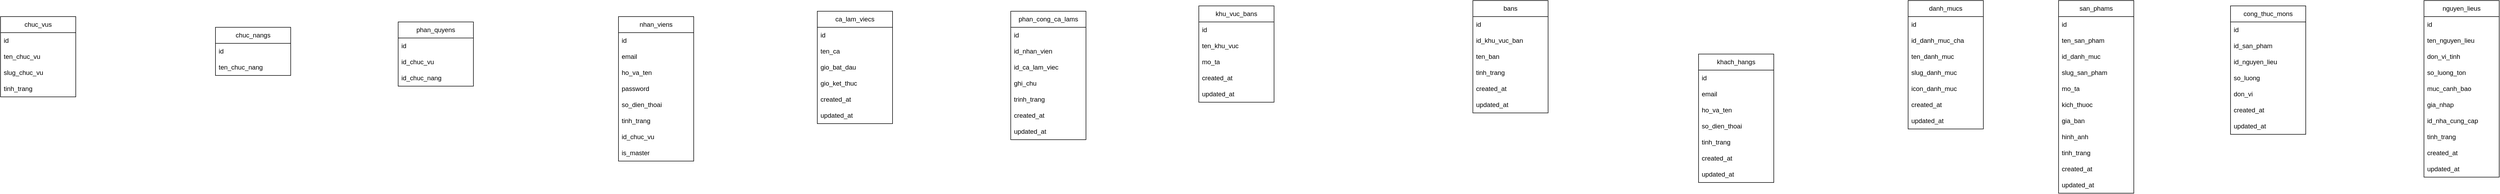
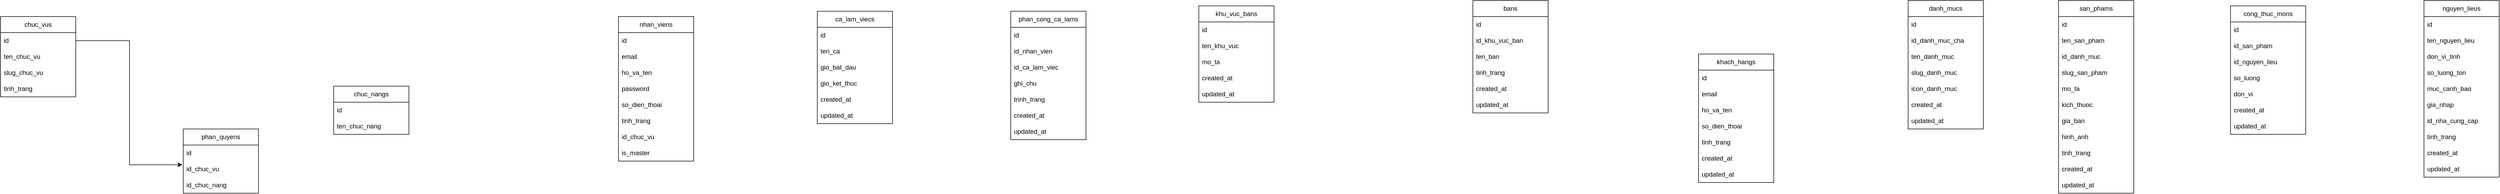
<mxfile host="app.diagrams.net">
  <diagram name="Page-1" id="78QUDde3ILmcNMK2hGyn">
-     <mxGraphModel dx="1840" dy="1637" grid="1" gridSize="10" guides="1" tooltips="1" connect="1" arrows="1" fold="1" page="1" pageScale="1" pageWidth="850" pageHeight="1100" math="0" shadow="0">
+     <mxGraphModel dx="2336" dy="1906" grid="1" gridSize="10" guides="1" tooltips="1" connect="1" arrows="1" fold="1" page="1" pageScale="1" pageWidth="850" pageHeight="1100" math="0" shadow="0">
      <root>
        <mxCell id="0" />
        <mxCell id="1" parent="0" />
        <mxCell id="1bbKcoBMxcC-bXyi0BTe-1" parent="1" style="swimlane;fontStyle=0;childLayout=stackLayout;horizontal=1;startSize=30;horizontalStack=0;resizeParent=1;resizeParentMax=0;resizeLast=0;collapsible=1;marginBottom=0;whiteSpace=wrap;html=1;" value="chuc_vus" vertex="1">
          <mxGeometry height="150" width="140" x="-280" y="-110" as="geometry" />
        </mxCell>
        <mxCell id="1bbKcoBMxcC-bXyi0BTe-2" parent="1bbKcoBMxcC-bXyi0BTe-1" style="text;strokeColor=none;fillColor=none;align=left;verticalAlign=middle;spacingLeft=4;spacingRight=4;overflow=hidden;points=[[0,0.5],[1,0.5]];portConstraint=eastwest;rotatable=0;whiteSpace=wrap;html=1;" value="id" vertex="1">
          <mxGeometry height="30" width="140" y="30" as="geometry" />
        </mxCell>
        <mxCell id="1bbKcoBMxcC-bXyi0BTe-3" parent="1bbKcoBMxcC-bXyi0BTe-1" style="text;strokeColor=none;fillColor=none;align=left;verticalAlign=middle;spacingLeft=4;spacingRight=4;overflow=hidden;points=[[0,0.5],[1,0.5]];portConstraint=eastwest;rotatable=0;whiteSpace=wrap;html=1;" value="ten_chuc_vu" vertex="1">
          <mxGeometry height="30" width="140" y="60" as="geometry" />
        </mxCell>
        <mxCell id="1bbKcoBMxcC-bXyi0BTe-4" parent="1bbKcoBMxcC-bXyi0BTe-1" style="text;strokeColor=none;fillColor=none;align=left;verticalAlign=middle;spacingLeft=4;spacingRight=4;overflow=hidden;points=[[0,0.5],[1,0.5]];portConstraint=eastwest;rotatable=0;whiteSpace=wrap;html=1;" value="slug_chuc_vu" vertex="1">
          <mxGeometry height="30" width="140" y="90" as="geometry" />
        </mxCell>
        <mxCell id="1bbKcoBMxcC-bXyi0BTe-5" parent="1bbKcoBMxcC-bXyi0BTe-1" style="text;strokeColor=none;fillColor=none;align=left;verticalAlign=middle;spacingLeft=4;spacingRight=4;overflow=hidden;points=[[0,0.5],[1,0.5]];portConstraint=eastwest;rotatable=0;whiteSpace=wrap;html=1;" value="tinh_trang" vertex="1">
          <mxGeometry height="30" width="140" y="120" as="geometry" />
        </mxCell>
        <mxCell id="1bbKcoBMxcC-bXyi0BTe-7" parent="1" style="swimlane;fontStyle=0;childLayout=stackLayout;horizontal=1;startSize=30;horizontalStack=0;resizeParent=1;resizeParentMax=0;resizeLast=0;collapsible=1;marginBottom=0;whiteSpace=wrap;html=1;" value="chuc_nangs" vertex="1">
-           <mxGeometry height="90" width="140" x="120" y="-90" as="geometry" />
+           <mxGeometry height="90" width="140" x="340" y="20" as="geometry" />
        </mxCell>
        <mxCell id="1bbKcoBMxcC-bXyi0BTe-8" parent="1bbKcoBMxcC-bXyi0BTe-7" style="text;strokeColor=none;fillColor=none;align=left;verticalAlign=middle;spacingLeft=4;spacingRight=4;overflow=hidden;points=[[0,0.5],[1,0.5]];portConstraint=eastwest;rotatable=0;whiteSpace=wrap;html=1;" value="id" vertex="1">
          <mxGeometry height="30" width="140" y="30" as="geometry" />
        </mxCell>
        <mxCell id="1bbKcoBMxcC-bXyi0BTe-9" parent="1bbKcoBMxcC-bXyi0BTe-7" style="text;strokeColor=none;fillColor=none;align=left;verticalAlign=middle;spacingLeft=4;spacingRight=4;overflow=hidden;points=[[0,0.5],[1,0.5]];portConstraint=eastwest;rotatable=0;whiteSpace=wrap;html=1;" value="ten_chuc_nang" vertex="1">
          <mxGeometry height="30" width="140" y="60" as="geometry" />
        </mxCell>
        <mxCell id="1bbKcoBMxcC-bXyi0BTe-11" parent="1" style="swimlane;fontStyle=0;childLayout=stackLayout;horizontal=1;startSize=30;horizontalStack=0;resizeParent=1;resizeParentMax=0;resizeLast=0;collapsible=1;marginBottom=0;whiteSpace=wrap;html=1;" value="phan_quyens" vertex="1">
-           <mxGeometry height="120" width="140" x="460" y="-100" as="geometry" />
+           <mxGeometry height="120" width="140" x="60" y="100" as="geometry" />
        </mxCell>
        <mxCell id="1bbKcoBMxcC-bXyi0BTe-12" parent="1bbKcoBMxcC-bXyi0BTe-11" style="text;strokeColor=none;fillColor=none;align=left;verticalAlign=middle;spacingLeft=4;spacingRight=4;overflow=hidden;points=[[0,0.5],[1,0.5]];portConstraint=eastwest;rotatable=0;whiteSpace=wrap;html=1;" value="id" vertex="1">
          <mxGeometry height="30" width="140" y="30" as="geometry" />
        </mxCell>
        <mxCell id="1bbKcoBMxcC-bXyi0BTe-13" parent="1bbKcoBMxcC-bXyi0BTe-11" style="text;strokeColor=none;fillColor=none;align=left;verticalAlign=middle;spacingLeft=4;spacingRight=4;overflow=hidden;points=[[0,0.5],[1,0.5]];portConstraint=eastwest;rotatable=0;whiteSpace=wrap;html=1;" value="id_chuc_vu" vertex="1">
          <mxGeometry height="30" width="140" y="60" as="geometry" />
        </mxCell>
        <mxCell id="1bbKcoBMxcC-bXyi0BTe-14" parent="1bbKcoBMxcC-bXyi0BTe-11" style="text;strokeColor=none;fillColor=none;align=left;verticalAlign=middle;spacingLeft=4;spacingRight=4;overflow=hidden;points=[[0,0.5],[1,0.5]];portConstraint=eastwest;rotatable=0;whiteSpace=wrap;html=1;" value="id_chuc_nang" vertex="1">
          <mxGeometry height="30" width="140" y="90" as="geometry" />
        </mxCell>
        <mxCell id="1bbKcoBMxcC-bXyi0BTe-16" parent="1" style="swimlane;fontStyle=0;childLayout=stackLayout;horizontal=1;startSize=30;horizontalStack=0;resizeParent=1;resizeParentMax=0;resizeLast=0;collapsible=1;marginBottom=0;whiteSpace=wrap;html=1;" value="nhan_viens" vertex="1">
          <mxGeometry height="270" width="140" x="870" y="-110" as="geometry" />
        </mxCell>
        <mxCell id="1bbKcoBMxcC-bXyi0BTe-17" parent="1bbKcoBMxcC-bXyi0BTe-16" style="text;strokeColor=none;fillColor=none;align=left;verticalAlign=middle;spacingLeft=4;spacingRight=4;overflow=hidden;points=[[0,0.5],[1,0.5]];portConstraint=eastwest;rotatable=0;whiteSpace=wrap;html=1;" value="id" vertex="1">
          <mxGeometry height="30" width="140" y="30" as="geometry" />
        </mxCell>
        <mxCell id="1bbKcoBMxcC-bXyi0BTe-18" parent="1bbKcoBMxcC-bXyi0BTe-16" style="text;strokeColor=none;fillColor=none;align=left;verticalAlign=middle;spacingLeft=4;spacingRight=4;overflow=hidden;points=[[0,0.5],[1,0.5]];portConstraint=eastwest;rotatable=0;whiteSpace=wrap;html=1;" value="email" vertex="1">
          <mxGeometry height="30" width="140" y="60" as="geometry" />
        </mxCell>
        <mxCell id="1bbKcoBMxcC-bXyi0BTe-19" parent="1bbKcoBMxcC-bXyi0BTe-16" style="text;strokeColor=none;fillColor=none;align=left;verticalAlign=middle;spacingLeft=4;spacingRight=4;overflow=hidden;points=[[0,0.5],[1,0.5]];portConstraint=eastwest;rotatable=0;whiteSpace=wrap;html=1;" value="ho_va_ten" vertex="1">
          <mxGeometry height="30" width="140" y="90" as="geometry" />
        </mxCell>
        <mxCell id="RNDkmFGJGW4O4d-jsc1U-1" parent="1bbKcoBMxcC-bXyi0BTe-16" style="text;strokeColor=none;fillColor=none;align=left;verticalAlign=middle;spacingLeft=4;spacingRight=4;overflow=hidden;points=[[0,0.5],[1,0.5]];portConstraint=eastwest;rotatable=0;whiteSpace=wrap;html=1;" value="password" vertex="1">
          <mxGeometry height="30" width="140" y="120" as="geometry" />
        </mxCell>
        <mxCell id="RNDkmFGJGW4O4d-jsc1U-2" parent="1bbKcoBMxcC-bXyi0BTe-16" style="text;strokeColor=none;fillColor=none;align=left;verticalAlign=middle;spacingLeft=4;spacingRight=4;overflow=hidden;points=[[0,0.5],[1,0.5]];portConstraint=eastwest;rotatable=0;whiteSpace=wrap;html=1;" value="so_dien_thoai" vertex="1">
          <mxGeometry height="30" width="140" y="150" as="geometry" />
        </mxCell>
        <mxCell id="RNDkmFGJGW4O4d-jsc1U-3" parent="1bbKcoBMxcC-bXyi0BTe-16" style="text;strokeColor=none;fillColor=none;align=left;verticalAlign=middle;spacingLeft=4;spacingRight=4;overflow=hidden;points=[[0,0.5],[1,0.5]];portConstraint=eastwest;rotatable=0;whiteSpace=wrap;html=1;" value="tinh_trang" vertex="1">
          <mxGeometry height="30" width="140" y="180" as="geometry" />
        </mxCell>
        <mxCell id="RNDkmFGJGW4O4d-jsc1U-4" parent="1bbKcoBMxcC-bXyi0BTe-16" style="text;strokeColor=none;fillColor=none;align=left;verticalAlign=middle;spacingLeft=4;spacingRight=4;overflow=hidden;points=[[0,0.5],[1,0.5]];portConstraint=eastwest;rotatable=0;whiteSpace=wrap;html=1;" value="id_chuc_vu" vertex="1">
          <mxGeometry height="30" width="140" y="210" as="geometry" />
        </mxCell>
        <mxCell id="RNDkmFGJGW4O4d-jsc1U-5" parent="1bbKcoBMxcC-bXyi0BTe-16" style="text;strokeColor=none;fillColor=none;align=left;verticalAlign=middle;spacingLeft=4;spacingRight=4;overflow=hidden;points=[[0,0.5],[1,0.5]];portConstraint=eastwest;rotatable=0;whiteSpace=wrap;html=1;" value="is_master" vertex="1">
          <mxGeometry height="30" width="140" y="240" as="geometry" />
        </mxCell>
        <mxCell id="RNDkmFGJGW4O4d-jsc1U-6" parent="1" style="swimlane;fontStyle=0;childLayout=stackLayout;horizontal=1;startSize=30;horizontalStack=0;resizeParent=1;resizeParentMax=0;resizeLast=0;collapsible=1;marginBottom=0;whiteSpace=wrap;html=1;" value="ca_lam_viecs" vertex="1">
          <mxGeometry height="210" width="140" x="1240" y="-120" as="geometry" />
        </mxCell>
        <mxCell id="RNDkmFGJGW4O4d-jsc1U-7" parent="RNDkmFGJGW4O4d-jsc1U-6" style="text;strokeColor=none;fillColor=none;align=left;verticalAlign=middle;spacingLeft=4;spacingRight=4;overflow=hidden;points=[[0,0.5],[1,0.5]];portConstraint=eastwest;rotatable=0;whiteSpace=wrap;html=1;" value="id" vertex="1">
          <mxGeometry height="30" width="140" y="30" as="geometry" />
        </mxCell>
        <mxCell id="RNDkmFGJGW4O4d-jsc1U-8" parent="RNDkmFGJGW4O4d-jsc1U-6" style="text;strokeColor=none;fillColor=none;align=left;verticalAlign=middle;spacingLeft=4;spacingRight=4;overflow=hidden;points=[[0,0.5],[1,0.5]];portConstraint=eastwest;rotatable=0;whiteSpace=wrap;html=1;" value="ten_ca" vertex="1">
          <mxGeometry height="30" width="140" y="60" as="geometry" />
        </mxCell>
        <mxCell id="RNDkmFGJGW4O4d-jsc1U-9" parent="RNDkmFGJGW4O4d-jsc1U-6" style="text;strokeColor=none;fillColor=none;align=left;verticalAlign=middle;spacingLeft=4;spacingRight=4;overflow=hidden;points=[[0,0.5],[1,0.5]];portConstraint=eastwest;rotatable=0;whiteSpace=wrap;html=1;" value="gio_bat_dau" vertex="1">
          <mxGeometry height="30" width="140" y="90" as="geometry" />
        </mxCell>
        <mxCell id="RNDkmFGJGW4O4d-jsc1U-10" parent="RNDkmFGJGW4O4d-jsc1U-6" style="text;strokeColor=none;fillColor=none;align=left;verticalAlign=middle;spacingLeft=4;spacingRight=4;overflow=hidden;points=[[0,0.5],[1,0.5]];portConstraint=eastwest;rotatable=0;whiteSpace=wrap;html=1;" value="gio_ket_thuc" vertex="1">
          <mxGeometry height="30" width="140" y="120" as="geometry" />
        </mxCell>
        <mxCell id="RNDkmFGJGW4O4d-jsc1U-11" parent="RNDkmFGJGW4O4d-jsc1U-6" style="text;strokeColor=none;fillColor=none;align=left;verticalAlign=middle;spacingLeft=4;spacingRight=4;overflow=hidden;points=[[0,0.5],[1,0.5]];portConstraint=eastwest;rotatable=0;whiteSpace=wrap;html=1;" value="created_at" vertex="1">
          <mxGeometry height="30" width="140" y="150" as="geometry" />
        </mxCell>
        <mxCell id="RNDkmFGJGW4O4d-jsc1U-12" parent="RNDkmFGJGW4O4d-jsc1U-6" style="text;strokeColor=none;fillColor=none;align=left;verticalAlign=middle;spacingLeft=4;spacingRight=4;overflow=hidden;points=[[0,0.5],[1,0.5]];portConstraint=eastwest;rotatable=0;whiteSpace=wrap;html=1;" value="updated_at" vertex="1">
          <mxGeometry height="30" width="140" y="180" as="geometry" />
        </mxCell>
        <mxCell id="RNDkmFGJGW4O4d-jsc1U-13" parent="1" style="swimlane;fontStyle=0;childLayout=stackLayout;horizontal=1;startSize=30;horizontalStack=0;resizeParent=1;resizeParentMax=0;resizeLast=0;collapsible=1;marginBottom=0;whiteSpace=wrap;html=1;" value="phan_cong_ca_lams" vertex="1">
          <mxGeometry height="240" width="140" x="1600" y="-120" as="geometry" />
        </mxCell>
        <mxCell id="RNDkmFGJGW4O4d-jsc1U-14" parent="RNDkmFGJGW4O4d-jsc1U-13" style="text;strokeColor=none;fillColor=none;align=left;verticalAlign=middle;spacingLeft=4;spacingRight=4;overflow=hidden;points=[[0,0.5],[1,0.5]];portConstraint=eastwest;rotatable=0;whiteSpace=wrap;html=1;" value="id" vertex="1">
          <mxGeometry height="30" width="140" y="30" as="geometry" />
        </mxCell>
        <mxCell id="RNDkmFGJGW4O4d-jsc1U-15" parent="RNDkmFGJGW4O4d-jsc1U-13" style="text;strokeColor=none;fillColor=none;align=left;verticalAlign=middle;spacingLeft=4;spacingRight=4;overflow=hidden;points=[[0,0.5],[1,0.5]];portConstraint=eastwest;rotatable=0;whiteSpace=wrap;html=1;" value="id_nhan_vien" vertex="1">
          <mxGeometry height="30" width="140" y="60" as="geometry" />
        </mxCell>
        <mxCell id="RNDkmFGJGW4O4d-jsc1U-16" parent="RNDkmFGJGW4O4d-jsc1U-13" style="text;strokeColor=none;fillColor=none;align=left;verticalAlign=middle;spacingLeft=4;spacingRight=4;overflow=hidden;points=[[0,0.5],[1,0.5]];portConstraint=eastwest;rotatable=0;whiteSpace=wrap;html=1;" value="id_ca_lam_viec" vertex="1">
          <mxGeometry height="30" width="140" y="90" as="geometry" />
        </mxCell>
        <mxCell id="RNDkmFGJGW4O4d-jsc1U-17" parent="RNDkmFGJGW4O4d-jsc1U-13" style="text;strokeColor=none;fillColor=none;align=left;verticalAlign=middle;spacingLeft=4;spacingRight=4;overflow=hidden;points=[[0,0.5],[1,0.5]];portConstraint=eastwest;rotatable=0;whiteSpace=wrap;html=1;" value="ghi_chu" vertex="1">
          <mxGeometry height="30" width="140" y="120" as="geometry" />
        </mxCell>
        <mxCell id="RNDkmFGJGW4O4d-jsc1U-18" parent="RNDkmFGJGW4O4d-jsc1U-13" style="text;strokeColor=none;fillColor=none;align=left;verticalAlign=middle;spacingLeft=4;spacingRight=4;overflow=hidden;points=[[0,0.5],[1,0.5]];portConstraint=eastwest;rotatable=0;whiteSpace=wrap;html=1;" value="trinh_trang" vertex="1">
          <mxGeometry height="30" width="140" y="150" as="geometry" />
        </mxCell>
        <mxCell id="RNDkmFGJGW4O4d-jsc1U-19" parent="RNDkmFGJGW4O4d-jsc1U-13" style="text;strokeColor=none;fillColor=none;align=left;verticalAlign=middle;spacingLeft=4;spacingRight=4;overflow=hidden;points=[[0,0.5],[1,0.5]];portConstraint=eastwest;rotatable=0;whiteSpace=wrap;html=1;" value="created_at" vertex="1">
          <mxGeometry height="30" width="140" y="180" as="geometry" />
        </mxCell>
        <mxCell id="RNDkmFGJGW4O4d-jsc1U-20" parent="RNDkmFGJGW4O4d-jsc1U-13" style="text;strokeColor=none;fillColor=none;align=left;verticalAlign=middle;spacingLeft=4;spacingRight=4;overflow=hidden;points=[[0,0.5],[1,0.5]];portConstraint=eastwest;rotatable=0;whiteSpace=wrap;html=1;" value="updated_at" vertex="1">
          <mxGeometry height="30" width="140" y="210" as="geometry" />
        </mxCell>
        <mxCell id="RNDkmFGJGW4O4d-jsc1U-21" parent="1" style="swimlane;fontStyle=0;childLayout=stackLayout;horizontal=1;startSize=30;horizontalStack=0;resizeParent=1;resizeParentMax=0;resizeLast=0;collapsible=1;marginBottom=0;whiteSpace=wrap;html=1;" value="khu_vuc_bans" vertex="1">
          <mxGeometry height="180" width="140" x="1950" y="-130" as="geometry" />
        </mxCell>
        <mxCell id="RNDkmFGJGW4O4d-jsc1U-22" parent="RNDkmFGJGW4O4d-jsc1U-21" style="text;strokeColor=none;fillColor=none;align=left;verticalAlign=middle;spacingLeft=4;spacingRight=4;overflow=hidden;points=[[0,0.5],[1,0.5]];portConstraint=eastwest;rotatable=0;whiteSpace=wrap;html=1;" value="id" vertex="1">
          <mxGeometry height="30" width="140" y="30" as="geometry" />
        </mxCell>
        <mxCell id="RNDkmFGJGW4O4d-jsc1U-23" parent="RNDkmFGJGW4O4d-jsc1U-21" style="text;strokeColor=none;fillColor=none;align=left;verticalAlign=middle;spacingLeft=4;spacingRight=4;overflow=hidden;points=[[0,0.5],[1,0.5]];portConstraint=eastwest;rotatable=0;whiteSpace=wrap;html=1;" value="ten_khu_vuc" vertex="1">
          <mxGeometry height="30" width="140" y="60" as="geometry" />
        </mxCell>
        <mxCell id="RNDkmFGJGW4O4d-jsc1U-24" parent="RNDkmFGJGW4O4d-jsc1U-21" style="text;strokeColor=none;fillColor=none;align=left;verticalAlign=middle;spacingLeft=4;spacingRight=4;overflow=hidden;points=[[0,0.5],[1,0.5]];portConstraint=eastwest;rotatable=0;whiteSpace=wrap;html=1;" value="mo_ta" vertex="1">
          <mxGeometry height="30" width="140" y="90" as="geometry" />
        </mxCell>
        <mxCell id="RNDkmFGJGW4O4d-jsc1U-25" parent="RNDkmFGJGW4O4d-jsc1U-21" style="text;strokeColor=none;fillColor=none;align=left;verticalAlign=middle;spacingLeft=4;spacingRight=4;overflow=hidden;points=[[0,0.5],[1,0.5]];portConstraint=eastwest;rotatable=0;whiteSpace=wrap;html=1;" value="created_at" vertex="1">
          <mxGeometry height="30" width="140" y="120" as="geometry" />
        </mxCell>
        <mxCell id="RNDkmFGJGW4O4d-jsc1U-26" parent="RNDkmFGJGW4O4d-jsc1U-21" style="text;strokeColor=none;fillColor=none;align=left;verticalAlign=middle;spacingLeft=4;spacingRight=4;overflow=hidden;points=[[0,0.5],[1,0.5]];portConstraint=eastwest;rotatable=0;whiteSpace=wrap;html=1;" value="updated_at" vertex="1">
          <mxGeometry height="30" width="140" y="150" as="geometry" />
        </mxCell>
        <mxCell id="RNDkmFGJGW4O4d-jsc1U-27" parent="1" style="swimlane;fontStyle=0;childLayout=stackLayout;horizontal=1;startSize=30;horizontalStack=0;resizeParent=1;resizeParentMax=0;resizeLast=0;collapsible=1;marginBottom=0;whiteSpace=wrap;html=1;" value="bans" vertex="1">
          <mxGeometry height="210" width="140" x="2460" y="-140" as="geometry" />
        </mxCell>
        <mxCell id="RNDkmFGJGW4O4d-jsc1U-28" parent="RNDkmFGJGW4O4d-jsc1U-27" style="text;strokeColor=none;fillColor=none;align=left;verticalAlign=middle;spacingLeft=4;spacingRight=4;overflow=hidden;points=[[0,0.5],[1,0.5]];portConstraint=eastwest;rotatable=0;whiteSpace=wrap;html=1;" value="id" vertex="1">
          <mxGeometry height="30" width="140" y="30" as="geometry" />
        </mxCell>
        <mxCell id="RNDkmFGJGW4O4d-jsc1U-29" parent="RNDkmFGJGW4O4d-jsc1U-27" style="text;strokeColor=none;fillColor=none;align=left;verticalAlign=middle;spacingLeft=4;spacingRight=4;overflow=hidden;points=[[0,0.5],[1,0.5]];portConstraint=eastwest;rotatable=0;whiteSpace=wrap;html=1;" value="id_khu_vuc_ban" vertex="1">
          <mxGeometry height="30" width="140" y="60" as="geometry" />
        </mxCell>
        <mxCell id="RNDkmFGJGW4O4d-jsc1U-30" parent="RNDkmFGJGW4O4d-jsc1U-27" style="text;strokeColor=none;fillColor=none;align=left;verticalAlign=middle;spacingLeft=4;spacingRight=4;overflow=hidden;points=[[0,0.5],[1,0.5]];portConstraint=eastwest;rotatable=0;whiteSpace=wrap;html=1;" value="ten_ban" vertex="1">
          <mxGeometry height="30" width="140" y="90" as="geometry" />
        </mxCell>
        <mxCell id="RNDkmFGJGW4O4d-jsc1U-31" parent="RNDkmFGJGW4O4d-jsc1U-27" style="text;strokeColor=none;fillColor=none;align=left;verticalAlign=middle;spacingLeft=4;spacingRight=4;overflow=hidden;points=[[0,0.5],[1,0.5]];portConstraint=eastwest;rotatable=0;whiteSpace=wrap;html=1;" value="tinh_trang" vertex="1">
          <mxGeometry height="30" width="140" y="120" as="geometry" />
        </mxCell>
        <mxCell id="RNDkmFGJGW4O4d-jsc1U-32" parent="RNDkmFGJGW4O4d-jsc1U-27" style="text;strokeColor=none;fillColor=none;align=left;verticalAlign=middle;spacingLeft=4;spacingRight=4;overflow=hidden;points=[[0,0.5],[1,0.5]];portConstraint=eastwest;rotatable=0;whiteSpace=wrap;html=1;" value="created_at" vertex="1">
          <mxGeometry height="30" width="140" y="150" as="geometry" />
        </mxCell>
        <mxCell id="RNDkmFGJGW4O4d-jsc1U-33" parent="RNDkmFGJGW4O4d-jsc1U-27" style="text;strokeColor=none;fillColor=none;align=left;verticalAlign=middle;spacingLeft=4;spacingRight=4;overflow=hidden;points=[[0,0.5],[1,0.5]];portConstraint=eastwest;rotatable=0;whiteSpace=wrap;html=1;" value="updated_at" vertex="1">
          <mxGeometry height="30" width="140" y="180" as="geometry" />
        </mxCell>
        <mxCell id="RNDkmFGJGW4O4d-jsc1U-34" parent="1" style="swimlane;fontStyle=0;childLayout=stackLayout;horizontal=1;startSize=30;horizontalStack=0;resizeParent=1;resizeParentMax=0;resizeLast=0;collapsible=1;marginBottom=0;whiteSpace=wrap;html=1;" value="khach_hangs" vertex="1">
          <mxGeometry height="240" width="140" x="2880" y="-40" as="geometry" />
        </mxCell>
        <mxCell id="RNDkmFGJGW4O4d-jsc1U-35" parent="RNDkmFGJGW4O4d-jsc1U-34" style="text;strokeColor=none;fillColor=none;align=left;verticalAlign=middle;spacingLeft=4;spacingRight=4;overflow=hidden;points=[[0,0.5],[1,0.5]];portConstraint=eastwest;rotatable=0;whiteSpace=wrap;html=1;" value="id" vertex="1">
          <mxGeometry height="30" width="140" y="30" as="geometry" />
        </mxCell>
        <mxCell id="RNDkmFGJGW4O4d-jsc1U-36" parent="RNDkmFGJGW4O4d-jsc1U-34" style="text;strokeColor=none;fillColor=none;align=left;verticalAlign=middle;spacingLeft=4;spacingRight=4;overflow=hidden;points=[[0,0.5],[1,0.5]];portConstraint=eastwest;rotatable=0;whiteSpace=wrap;html=1;" value="email" vertex="1">
          <mxGeometry height="30" width="140" y="60" as="geometry" />
        </mxCell>
        <mxCell id="RNDkmFGJGW4O4d-jsc1U-37" parent="RNDkmFGJGW4O4d-jsc1U-34" style="text;strokeColor=none;fillColor=none;align=left;verticalAlign=middle;spacingLeft=4;spacingRight=4;overflow=hidden;points=[[0,0.5],[1,0.5]];portConstraint=eastwest;rotatable=0;whiteSpace=wrap;html=1;" value="ho_va_ten" vertex="1">
          <mxGeometry height="30" width="140" y="90" as="geometry" />
        </mxCell>
        <mxCell id="RNDkmFGJGW4O4d-jsc1U-38" parent="RNDkmFGJGW4O4d-jsc1U-34" style="text;strokeColor=none;fillColor=none;align=left;verticalAlign=middle;spacingLeft=4;spacingRight=4;overflow=hidden;points=[[0,0.5],[1,0.5]];portConstraint=eastwest;rotatable=0;whiteSpace=wrap;html=1;" value="so_dien_thoai" vertex="1">
          <mxGeometry height="30" width="140" y="120" as="geometry" />
        </mxCell>
        <mxCell id="RNDkmFGJGW4O4d-jsc1U-39" parent="RNDkmFGJGW4O4d-jsc1U-34" style="text;strokeColor=none;fillColor=none;align=left;verticalAlign=middle;spacingLeft=4;spacingRight=4;overflow=hidden;points=[[0,0.5],[1,0.5]];portConstraint=eastwest;rotatable=0;whiteSpace=wrap;html=1;" value="tinh_trang" vertex="1">
          <mxGeometry height="30" width="140" y="150" as="geometry" />
        </mxCell>
        <mxCell id="RNDkmFGJGW4O4d-jsc1U-40" parent="RNDkmFGJGW4O4d-jsc1U-34" style="text;strokeColor=none;fillColor=none;align=left;verticalAlign=middle;spacingLeft=4;spacingRight=4;overflow=hidden;points=[[0,0.5],[1,0.5]];portConstraint=eastwest;rotatable=0;whiteSpace=wrap;html=1;" value="created_at" vertex="1">
          <mxGeometry height="30" width="140" y="180" as="geometry" />
        </mxCell>
        <mxCell id="RNDkmFGJGW4O4d-jsc1U-41" parent="RNDkmFGJGW4O4d-jsc1U-34" style="text;strokeColor=none;fillColor=none;align=left;verticalAlign=middle;spacingLeft=4;spacingRight=4;overflow=hidden;points=[[0,0.5],[1,0.5]];portConstraint=eastwest;rotatable=0;whiteSpace=wrap;html=1;" value="updated_at" vertex="1">
          <mxGeometry height="30" width="140" y="210" as="geometry" />
        </mxCell>
        <mxCell id="RNDkmFGJGW4O4d-jsc1U-42" parent="1" style="swimlane;fontStyle=0;childLayout=stackLayout;horizontal=1;startSize=30;horizontalStack=0;resizeParent=1;resizeParentMax=0;resizeLast=0;collapsible=1;marginBottom=0;whiteSpace=wrap;html=1;" value="danh_mucs" vertex="1">
          <mxGeometry height="240" width="140" x="3270" y="-140" as="geometry" />
        </mxCell>
        <mxCell id="RNDkmFGJGW4O4d-jsc1U-43" parent="RNDkmFGJGW4O4d-jsc1U-42" style="text;strokeColor=none;fillColor=none;align=left;verticalAlign=middle;spacingLeft=4;spacingRight=4;overflow=hidden;points=[[0,0.5],[1,0.5]];portConstraint=eastwest;rotatable=0;whiteSpace=wrap;html=1;" value="id" vertex="1">
          <mxGeometry height="30" width="140" y="30" as="geometry" />
        </mxCell>
        <mxCell id="RNDkmFGJGW4O4d-jsc1U-44" parent="RNDkmFGJGW4O4d-jsc1U-42" style="text;strokeColor=none;fillColor=none;align=left;verticalAlign=middle;spacingLeft=4;spacingRight=4;overflow=hidden;points=[[0,0.5],[1,0.5]];portConstraint=eastwest;rotatable=0;whiteSpace=wrap;html=1;" value="id_danh_muc_cha" vertex="1">
          <mxGeometry height="30" width="140" y="60" as="geometry" />
        </mxCell>
        <mxCell id="RNDkmFGJGW4O4d-jsc1U-45" parent="RNDkmFGJGW4O4d-jsc1U-42" style="text;strokeColor=none;fillColor=none;align=left;verticalAlign=middle;spacingLeft=4;spacingRight=4;overflow=hidden;points=[[0,0.5],[1,0.5]];portConstraint=eastwest;rotatable=0;whiteSpace=wrap;html=1;" value="ten_danh_muc" vertex="1">
          <mxGeometry height="30" width="140" y="90" as="geometry" />
        </mxCell>
        <mxCell id="RNDkmFGJGW4O4d-jsc1U-46" parent="RNDkmFGJGW4O4d-jsc1U-42" style="text;strokeColor=none;fillColor=none;align=left;verticalAlign=middle;spacingLeft=4;spacingRight=4;overflow=hidden;points=[[0,0.5],[1,0.5]];portConstraint=eastwest;rotatable=0;whiteSpace=wrap;html=1;" value="slug_danh_muc" vertex="1">
          <mxGeometry height="30" width="140" y="120" as="geometry" />
        </mxCell>
        <mxCell id="RNDkmFGJGW4O4d-jsc1U-47" parent="RNDkmFGJGW4O4d-jsc1U-42" style="text;strokeColor=none;fillColor=none;align=left;verticalAlign=middle;spacingLeft=4;spacingRight=4;overflow=hidden;points=[[0,0.5],[1,0.5]];portConstraint=eastwest;rotatable=0;whiteSpace=wrap;html=1;" value="icon_danh_muc" vertex="1">
          <mxGeometry height="30" width="140" y="150" as="geometry" />
        </mxCell>
        <mxCell id="RNDkmFGJGW4O4d-jsc1U-48" parent="RNDkmFGJGW4O4d-jsc1U-42" style="text;strokeColor=none;fillColor=none;align=left;verticalAlign=middle;spacingLeft=4;spacingRight=4;overflow=hidden;points=[[0,0.5],[1,0.5]];portConstraint=eastwest;rotatable=0;whiteSpace=wrap;html=1;" value="created_at" vertex="1">
          <mxGeometry height="30" width="140" y="180" as="geometry" />
        </mxCell>
        <mxCell id="RNDkmFGJGW4O4d-jsc1U-49" parent="RNDkmFGJGW4O4d-jsc1U-42" style="text;strokeColor=none;fillColor=none;align=left;verticalAlign=middle;spacingLeft=4;spacingRight=4;overflow=hidden;points=[[0,0.5],[1,0.5]];portConstraint=eastwest;rotatable=0;whiteSpace=wrap;html=1;" value="updated_at" vertex="1">
          <mxGeometry height="30" width="140" y="210" as="geometry" />
        </mxCell>
        <mxCell id="RNDkmFGJGW4O4d-jsc1U-50" parent="1" style="swimlane;fontStyle=0;childLayout=stackLayout;horizontal=1;startSize=30;horizontalStack=0;resizeParent=1;resizeParentMax=0;resizeLast=0;collapsible=1;marginBottom=0;whiteSpace=wrap;html=1;" value="san_phams" vertex="1">
          <mxGeometry height="360" width="140" x="3550" y="-140" as="geometry" />
        </mxCell>
        <mxCell id="RNDkmFGJGW4O4d-jsc1U-51" parent="RNDkmFGJGW4O4d-jsc1U-50" style="text;strokeColor=none;fillColor=none;align=left;verticalAlign=middle;spacingLeft=4;spacingRight=4;overflow=hidden;points=[[0,0.5],[1,0.5]];portConstraint=eastwest;rotatable=0;whiteSpace=wrap;html=1;" value="id" vertex="1">
          <mxGeometry height="30" width="140" y="30" as="geometry" />
        </mxCell>
        <mxCell id="RNDkmFGJGW4O4d-jsc1U-52" parent="RNDkmFGJGW4O4d-jsc1U-50" style="text;strokeColor=none;fillColor=none;align=left;verticalAlign=middle;spacingLeft=4;spacingRight=4;overflow=hidden;points=[[0,0.5],[1,0.5]];portConstraint=eastwest;rotatable=0;whiteSpace=wrap;html=1;" value="ten_san_pham" vertex="1">
          <mxGeometry height="30" width="140" y="60" as="geometry" />
        </mxCell>
        <mxCell id="RNDkmFGJGW4O4d-jsc1U-53" parent="RNDkmFGJGW4O4d-jsc1U-50" style="text;strokeColor=none;fillColor=none;align=left;verticalAlign=middle;spacingLeft=4;spacingRight=4;overflow=hidden;points=[[0,0.5],[1,0.5]];portConstraint=eastwest;rotatable=0;whiteSpace=wrap;html=1;" value="id_danh_muc" vertex="1">
          <mxGeometry height="30" width="140" y="90" as="geometry" />
        </mxCell>
        <mxCell id="RNDkmFGJGW4O4d-jsc1U-54" parent="RNDkmFGJGW4O4d-jsc1U-50" style="text;strokeColor=none;fillColor=none;align=left;verticalAlign=middle;spacingLeft=4;spacingRight=4;overflow=hidden;points=[[0,0.5],[1,0.5]];portConstraint=eastwest;rotatable=0;whiteSpace=wrap;html=1;" value="slug_san_pham" vertex="1">
          <mxGeometry height="30" width="140" y="120" as="geometry" />
        </mxCell>
        <mxCell id="RNDkmFGJGW4O4d-jsc1U-55" parent="RNDkmFGJGW4O4d-jsc1U-50" style="text;strokeColor=none;fillColor=none;align=left;verticalAlign=middle;spacingLeft=4;spacingRight=4;overflow=hidden;points=[[0,0.5],[1,0.5]];portConstraint=eastwest;rotatable=0;whiteSpace=wrap;html=1;" value="mo_ta" vertex="1">
          <mxGeometry height="30" width="140" y="150" as="geometry" />
        </mxCell>
        <mxCell id="RNDkmFGJGW4O4d-jsc1U-56" parent="RNDkmFGJGW4O4d-jsc1U-50" style="text;strokeColor=none;fillColor=none;align=left;verticalAlign=middle;spacingLeft=4;spacingRight=4;overflow=hidden;points=[[0,0.5],[1,0.5]];portConstraint=eastwest;rotatable=0;whiteSpace=wrap;html=1;" value="kich_thuoc" vertex="1">
          <mxGeometry height="30" width="140" y="180" as="geometry" />
        </mxCell>
        <mxCell id="RNDkmFGJGW4O4d-jsc1U-57" parent="RNDkmFGJGW4O4d-jsc1U-50" style="text;strokeColor=none;fillColor=none;align=left;verticalAlign=middle;spacingLeft=4;spacingRight=4;overflow=hidden;points=[[0,0.5],[1,0.5]];portConstraint=eastwest;rotatable=0;whiteSpace=wrap;html=1;" value="gia_ban" vertex="1">
          <mxGeometry height="30" width="140" y="210" as="geometry" />
        </mxCell>
        <mxCell id="RNDkmFGJGW4O4d-jsc1U-58" parent="RNDkmFGJGW4O4d-jsc1U-50" style="text;strokeColor=none;fillColor=none;align=left;verticalAlign=middle;spacingLeft=4;spacingRight=4;overflow=hidden;points=[[0,0.5],[1,0.5]];portConstraint=eastwest;rotatable=0;whiteSpace=wrap;html=1;" value="hinh_anh" vertex="1">
          <mxGeometry height="30" width="140" y="240" as="geometry" />
        </mxCell>
        <mxCell id="RNDkmFGJGW4O4d-jsc1U-59" parent="RNDkmFGJGW4O4d-jsc1U-50" style="text;strokeColor=none;fillColor=none;align=left;verticalAlign=middle;spacingLeft=4;spacingRight=4;overflow=hidden;points=[[0,0.5],[1,0.5]];portConstraint=eastwest;rotatable=0;whiteSpace=wrap;html=1;" value="tinh_trang" vertex="1">
          <mxGeometry height="30" width="140" y="270" as="geometry" />
        </mxCell>
        <mxCell id="RNDkmFGJGW4O4d-jsc1U-60" parent="RNDkmFGJGW4O4d-jsc1U-50" style="text;strokeColor=none;fillColor=none;align=left;verticalAlign=middle;spacingLeft=4;spacingRight=4;overflow=hidden;points=[[0,0.5],[1,0.5]];portConstraint=eastwest;rotatable=0;whiteSpace=wrap;html=1;" value="created_at" vertex="1">
          <mxGeometry height="30" width="140" y="300" as="geometry" />
        </mxCell>
        <mxCell id="RNDkmFGJGW4O4d-jsc1U-61" parent="RNDkmFGJGW4O4d-jsc1U-50" style="text;strokeColor=none;fillColor=none;align=left;verticalAlign=middle;spacingLeft=4;spacingRight=4;overflow=hidden;points=[[0,0.5],[1,0.5]];portConstraint=eastwest;rotatable=0;whiteSpace=wrap;html=1;" value="updated_at" vertex="1">
          <mxGeometry height="30" width="140" y="330" as="geometry" />
        </mxCell>
        <mxCell id="RNDkmFGJGW4O4d-jsc1U-62" parent="1" style="swimlane;fontStyle=0;childLayout=stackLayout;horizontal=1;startSize=30;horizontalStack=0;resizeParent=1;resizeParentMax=0;resizeLast=0;collapsible=1;marginBottom=0;whiteSpace=wrap;html=1;" value="cong_thuc_mons" vertex="1">
          <mxGeometry height="240" width="140" x="3870" y="-130" as="geometry" />
        </mxCell>
        <mxCell id="RNDkmFGJGW4O4d-jsc1U-63" parent="RNDkmFGJGW4O4d-jsc1U-62" style="text;strokeColor=none;fillColor=none;align=left;verticalAlign=middle;spacingLeft=4;spacingRight=4;overflow=hidden;points=[[0,0.5],[1,0.5]];portConstraint=eastwest;rotatable=0;whiteSpace=wrap;html=1;" value="id" vertex="1">
          <mxGeometry height="30" width="140" y="30" as="geometry" />
        </mxCell>
        <mxCell id="RNDkmFGJGW4O4d-jsc1U-64" parent="RNDkmFGJGW4O4d-jsc1U-62" style="text;strokeColor=none;fillColor=none;align=left;verticalAlign=middle;spacingLeft=4;spacingRight=4;overflow=hidden;points=[[0,0.5],[1,0.5]];portConstraint=eastwest;rotatable=0;whiteSpace=wrap;html=1;" value="id_san_pham" vertex="1">
          <mxGeometry height="30" width="140" y="60" as="geometry" />
        </mxCell>
        <mxCell id="RNDkmFGJGW4O4d-jsc1U-65" parent="RNDkmFGJGW4O4d-jsc1U-62" style="text;strokeColor=none;fillColor=none;align=left;verticalAlign=middle;spacingLeft=4;spacingRight=4;overflow=hidden;points=[[0,0.5],[1,0.5]];portConstraint=eastwest;rotatable=0;whiteSpace=wrap;html=1;" value="id_nguyen_lieu" vertex="1">
          <mxGeometry height="30" width="140" y="90" as="geometry" />
        </mxCell>
        <mxCell id="RNDkmFGJGW4O4d-jsc1U-66" parent="RNDkmFGJGW4O4d-jsc1U-62" style="text;strokeColor=none;fillColor=none;align=left;verticalAlign=middle;spacingLeft=4;spacingRight=4;overflow=hidden;points=[[0,0.5],[1,0.5]];portConstraint=eastwest;rotatable=0;whiteSpace=wrap;html=1;" value="so_luong" vertex="1">
          <mxGeometry height="30" width="140" y="120" as="geometry" />
        </mxCell>
        <mxCell id="RNDkmFGJGW4O4d-jsc1U-67" parent="RNDkmFGJGW4O4d-jsc1U-62" style="text;strokeColor=none;fillColor=none;align=left;verticalAlign=middle;spacingLeft=4;spacingRight=4;overflow=hidden;points=[[0,0.5],[1,0.5]];portConstraint=eastwest;rotatable=0;whiteSpace=wrap;html=1;" value="don_vi" vertex="1">
          <mxGeometry height="30" width="140" y="150" as="geometry" />
        </mxCell>
        <mxCell id="RNDkmFGJGW4O4d-jsc1U-68" parent="RNDkmFGJGW4O4d-jsc1U-62" style="text;strokeColor=none;fillColor=none;align=left;verticalAlign=middle;spacingLeft=4;spacingRight=4;overflow=hidden;points=[[0,0.5],[1,0.5]];portConstraint=eastwest;rotatable=0;whiteSpace=wrap;html=1;" value="created_at" vertex="1">
          <mxGeometry height="30" width="140" y="180" as="geometry" />
        </mxCell>
        <mxCell id="RNDkmFGJGW4O4d-jsc1U-69" parent="RNDkmFGJGW4O4d-jsc1U-62" style="text;strokeColor=none;fillColor=none;align=left;verticalAlign=middle;spacingLeft=4;spacingRight=4;overflow=hidden;points=[[0,0.5],[1,0.5]];portConstraint=eastwest;rotatable=0;whiteSpace=wrap;html=1;" value="updated_at" vertex="1">
          <mxGeometry height="30" width="140" y="210" as="geometry" />
        </mxCell>
        <mxCell id="RNDkmFGJGW4O4d-jsc1U-70" parent="1" style="swimlane;fontStyle=0;childLayout=stackLayout;horizontal=1;startSize=30;horizontalStack=0;resizeParent=1;resizeParentMax=0;resizeLast=0;collapsible=1;marginBottom=0;whiteSpace=wrap;html=1;" value="nguyen_lieus" vertex="1">
          <mxGeometry height="330" width="140" x="4230" y="-140" as="geometry" />
        </mxCell>
        <mxCell id="RNDkmFGJGW4O4d-jsc1U-71" parent="RNDkmFGJGW4O4d-jsc1U-70" style="text;strokeColor=none;fillColor=none;align=left;verticalAlign=middle;spacingLeft=4;spacingRight=4;overflow=hidden;points=[[0,0.5],[1,0.5]];portConstraint=eastwest;rotatable=0;whiteSpace=wrap;html=1;" value="id" vertex="1">
          <mxGeometry height="30" width="140" y="30" as="geometry" />
        </mxCell>
        <mxCell id="RNDkmFGJGW4O4d-jsc1U-72" parent="RNDkmFGJGW4O4d-jsc1U-70" style="text;strokeColor=none;fillColor=none;align=left;verticalAlign=middle;spacingLeft=4;spacingRight=4;overflow=hidden;points=[[0,0.5],[1,0.5]];portConstraint=eastwest;rotatable=0;whiteSpace=wrap;html=1;" value="ten_nguyen_lieu" vertex="1">
          <mxGeometry height="30" width="140" y="60" as="geometry" />
        </mxCell>
        <mxCell id="RNDkmFGJGW4O4d-jsc1U-73" parent="RNDkmFGJGW4O4d-jsc1U-70" style="text;strokeColor=none;fillColor=none;align=left;verticalAlign=middle;spacingLeft=4;spacingRight=4;overflow=hidden;points=[[0,0.5],[1,0.5]];portConstraint=eastwest;rotatable=0;whiteSpace=wrap;html=1;" value="don_vi_tinh" vertex="1">
          <mxGeometry height="30" width="140" y="90" as="geometry" />
        </mxCell>
        <mxCell id="RNDkmFGJGW4O4d-jsc1U-74" parent="RNDkmFGJGW4O4d-jsc1U-70" style="text;strokeColor=none;fillColor=none;align=left;verticalAlign=middle;spacingLeft=4;spacingRight=4;overflow=hidden;points=[[0,0.5],[1,0.5]];portConstraint=eastwest;rotatable=0;whiteSpace=wrap;html=1;" value="so_luong_ton" vertex="1">
          <mxGeometry height="30" width="140" y="120" as="geometry" />
        </mxCell>
        <mxCell id="RNDkmFGJGW4O4d-jsc1U-75" parent="RNDkmFGJGW4O4d-jsc1U-70" style="text;strokeColor=none;fillColor=none;align=left;verticalAlign=middle;spacingLeft=4;spacingRight=4;overflow=hidden;points=[[0,0.5],[1,0.5]];portConstraint=eastwest;rotatable=0;whiteSpace=wrap;html=1;" value="muc_canh_bao" vertex="1">
          <mxGeometry height="30" width="140" y="150" as="geometry" />
        </mxCell>
        <mxCell id="RNDkmFGJGW4O4d-jsc1U-76" parent="RNDkmFGJGW4O4d-jsc1U-70" style="text;strokeColor=none;fillColor=none;align=left;verticalAlign=middle;spacingLeft=4;spacingRight=4;overflow=hidden;points=[[0,0.5],[1,0.5]];portConstraint=eastwest;rotatable=0;whiteSpace=wrap;html=1;" value="gia_nhap" vertex="1">
          <mxGeometry height="30" width="140" y="180" as="geometry" />
        </mxCell>
        <mxCell id="RNDkmFGJGW4O4d-jsc1U-77" parent="RNDkmFGJGW4O4d-jsc1U-70" style="text;strokeColor=none;fillColor=none;align=left;verticalAlign=middle;spacingLeft=4;spacingRight=4;overflow=hidden;points=[[0,0.5],[1,0.5]];portConstraint=eastwest;rotatable=0;whiteSpace=wrap;html=1;" value="id_nha_cung_cap" vertex="1">
          <mxGeometry height="30" width="140" y="210" as="geometry" />
        </mxCell>
        <mxCell id="RNDkmFGJGW4O4d-jsc1U-86" parent="RNDkmFGJGW4O4d-jsc1U-70" style="text;strokeColor=none;fillColor=none;align=left;verticalAlign=middle;spacingLeft=4;spacingRight=4;overflow=hidden;points=[[0,0.5],[1,0.5]];portConstraint=eastwest;rotatable=0;whiteSpace=wrap;html=1;" value="tinh_trang" vertex="1">
          <mxGeometry height="30" width="140" y="240" as="geometry" />
        </mxCell>
        <mxCell id="RNDkmFGJGW4O4d-jsc1U-87" parent="RNDkmFGJGW4O4d-jsc1U-70" style="text;strokeColor=none;fillColor=none;align=left;verticalAlign=middle;spacingLeft=4;spacingRight=4;overflow=hidden;points=[[0,0.5],[1,0.5]];portConstraint=eastwest;rotatable=0;whiteSpace=wrap;html=1;" value="created_at" vertex="1">
          <mxGeometry height="30" width="140" y="270" as="geometry" />
        </mxCell>
        <mxCell id="RNDkmFGJGW4O4d-jsc1U-88" parent="RNDkmFGJGW4O4d-jsc1U-70" style="text;strokeColor=none;fillColor=none;align=left;verticalAlign=middle;spacingLeft=4;spacingRight=4;overflow=hidden;points=[[0,0.5],[1,0.5]];portConstraint=eastwest;rotatable=0;whiteSpace=wrap;html=1;" value="updated_at" vertex="1">
          <mxGeometry height="30" width="140" y="300" as="geometry" />
+         </mxCell>
+         <mxCell id="RNDkmFGJGW4O4d-jsc1U-90" edge="1" parent="1" source="1bbKcoBMxcC-bXyi0BTe-2" style="edgeStyle=orthogonalEdgeStyle;rounded=0;orthogonalLoop=1;jettySize=auto;html=1;exitX=1;exitY=0.5;exitDx=0;exitDy=0;entryX=-0.012;entryY=0.229;entryDx=0;entryDy=0;entryPerimeter=0;" target="1bbKcoBMxcC-bXyi0BTe-13">
+           <mxGeometry relative="1" as="geometry" />
        </mxCell>
      </root>
    </mxGraphModel>
  </diagram>
</mxfile>
